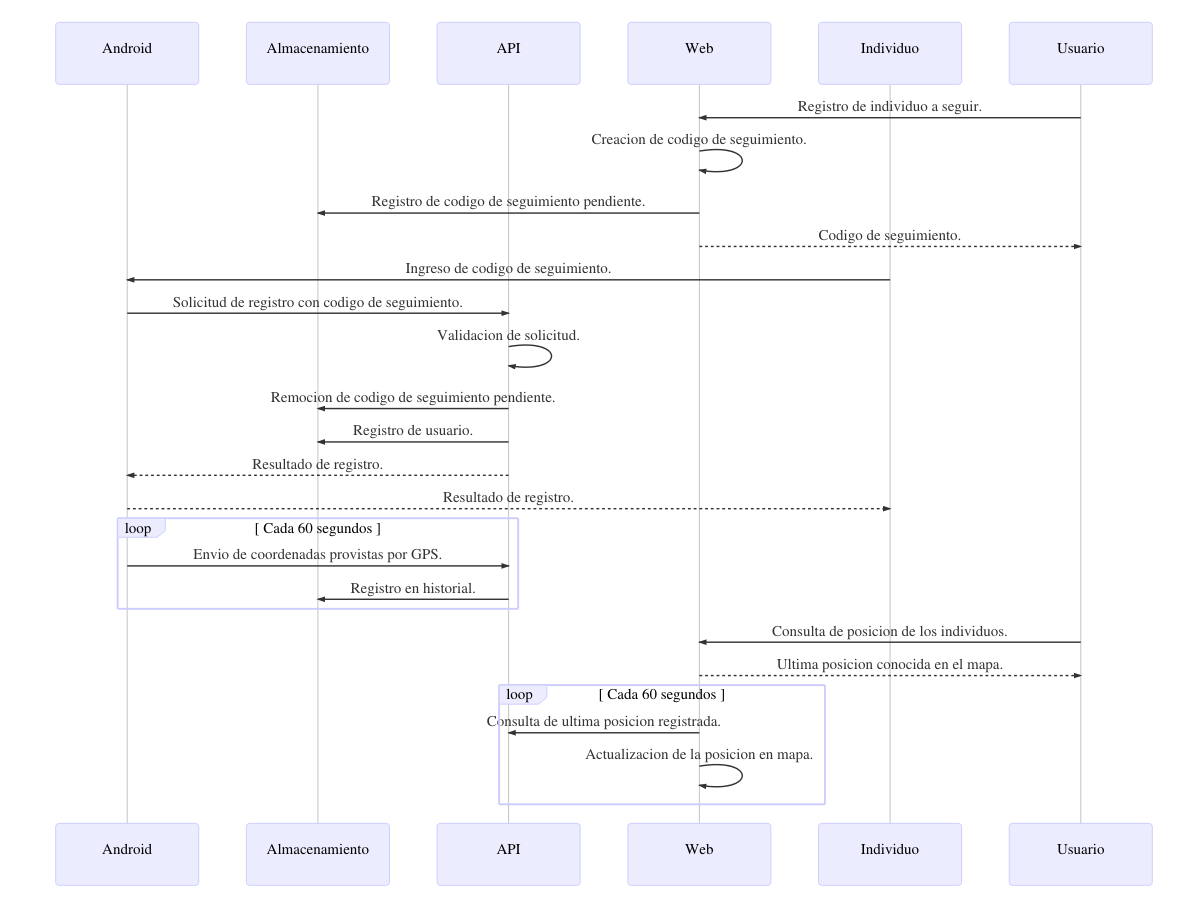
The Mermaid diagram docs/sequence.mmd.png in ariel17/xy, before a commit. Its source is kept beside it as docs/sequence.mmd.
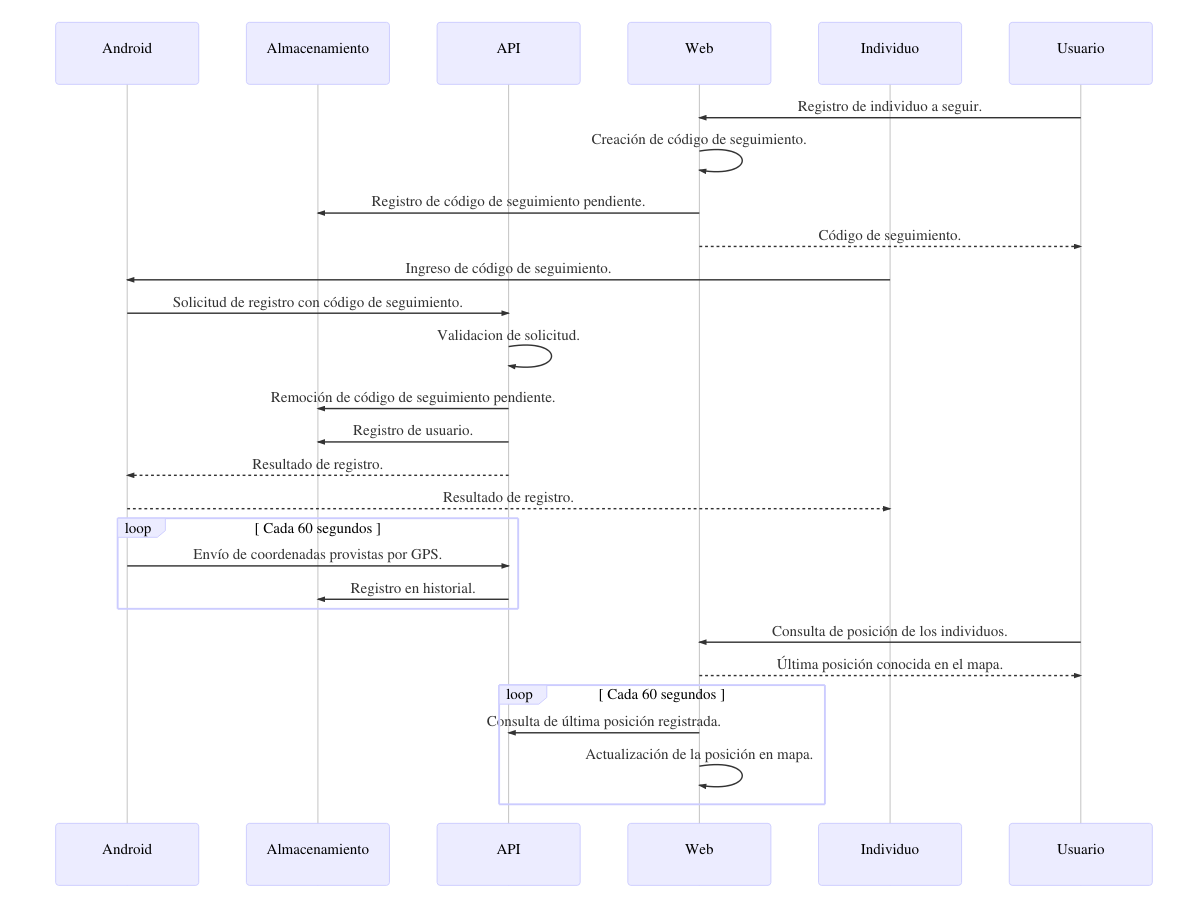
The same file after the commit.

Change to the diagram source:
```diff
@@ -7,26 +7,26 @@
     participant Usuario
 
     Usuario ->> Web: Registro de individuo a seguir.
-    Web ->> Web: Creacion de codigo de seguimiento.
-    Web ->> Almacenamiento: Registro de codigo de seguimiento pendiente.
-    Web -->> Usuario: Codigo de seguimiento.
+    Web ->> Web: Creación de código de seguimiento.
+    Web ->> Almacenamiento: Registro de código de seguimiento pendiente.
+    Web -->> Usuario: Código de seguimiento.
 
-    Individuo ->> Android: Ingreso de codigo de seguimiento.
-    Android ->> API: Solicitud de registro con codigo de seguimiento.
+    Individuo ->> Android: Ingreso de código de seguimiento.
+    Android ->> API: Solicitud de registro con código de seguimiento.
     API ->> API: Validacion de solicitud.
-    API ->> Almacenamiento: Remocion de codigo de seguimiento pendiente.
+    API ->> Almacenamiento: Remoción de código de seguimiento pendiente.
     API ->> Almacenamiento: Registro de usuario.
     API -->> Android: Resultado de registro.
     Android -->> Individuo: Resultado de registro.
 
     loop Cada 60 segundos
-        Android ->> API: Envio de coordenadas provistas por GPS.
+        Android ->> API: Envío de coordenadas provistas por GPS.
         API ->> Almacenamiento: Registro en historial.
     end
 
-    Usuario ->> Web: Consulta de posicion de los individuos.
-    Web -->> Usuario: Ultima posicion conocida en el mapa.
+    Usuario ->> Web: Consulta de posición de los individuos.
+    Web -->> Usuario: Última posición conocida en el mapa.
     loop Cada 60 segundos
-        Web ->> API: Consulta de ultima posicion registrada.
-        Web ->> Web: Actualizacion de la posicion en mapa.
+        Web ->> API: Consulta de última posición registrada.
+        Web ->> Web: Actualización de la posición en mapa.
     end
```
